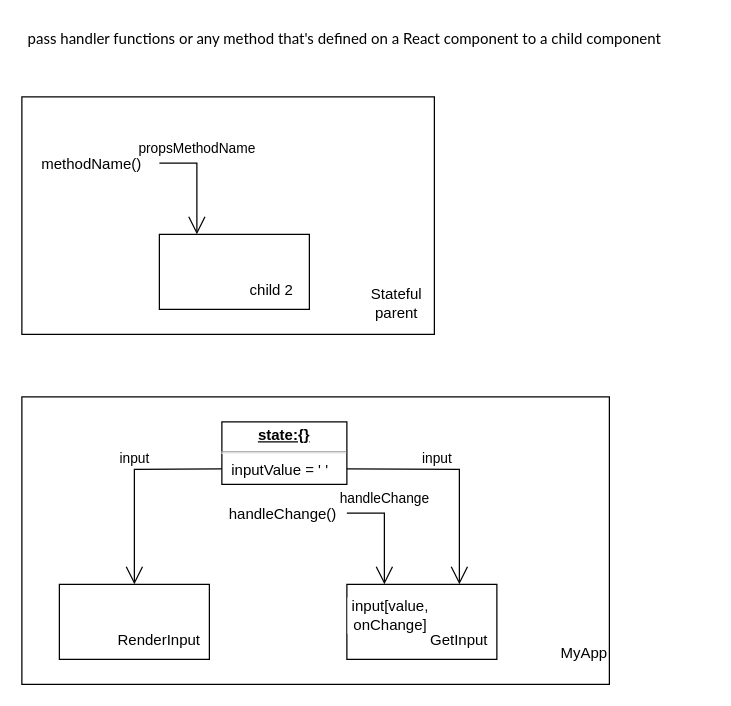
f2xiao/learn-react keeps this draw.io diagram as page "13 - callback as props" (22 of 23) of Diagram.drawio. Above is the earlier version. Source tidied: cells renumbered, new cells numbered last; positions are measured from the earlier drawing's top-left corner, leaving out a move shared by most shapes. Both pictures are drawn from the tidied source at 125%, with x=0, y=0 at pixel (21, 21).
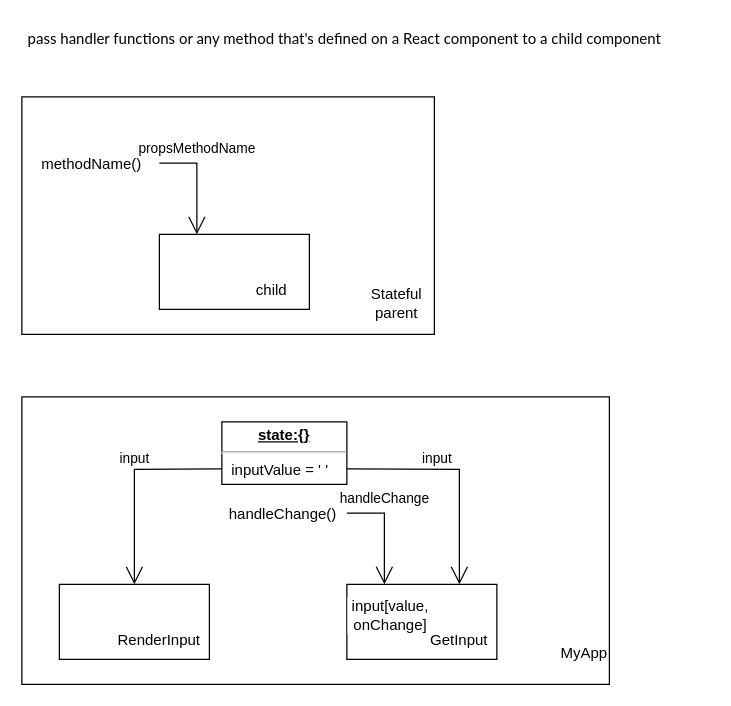
Above is the later version.

Change to the diagram source:
```diff
@@
-    <mxCell id="17" value="child 2" style="text;html=1;strokeColor=none;fillColor=none;align=center;verticalAlign=middle;whiteSpace=wrap;rounded=0;" parent="1" vertex="1">
+    <mxCell id="17" value="child" style="text;html=1;strokeColor=none;fillColor=none;align=center;verticalAlign=middle;whiteSpace=wrap;rounded=0;" parent="1" vertex="1">
       <mxGeometry x="170" y="200" width="60" height="30" as="geometry" />
     </mxCell>
```
